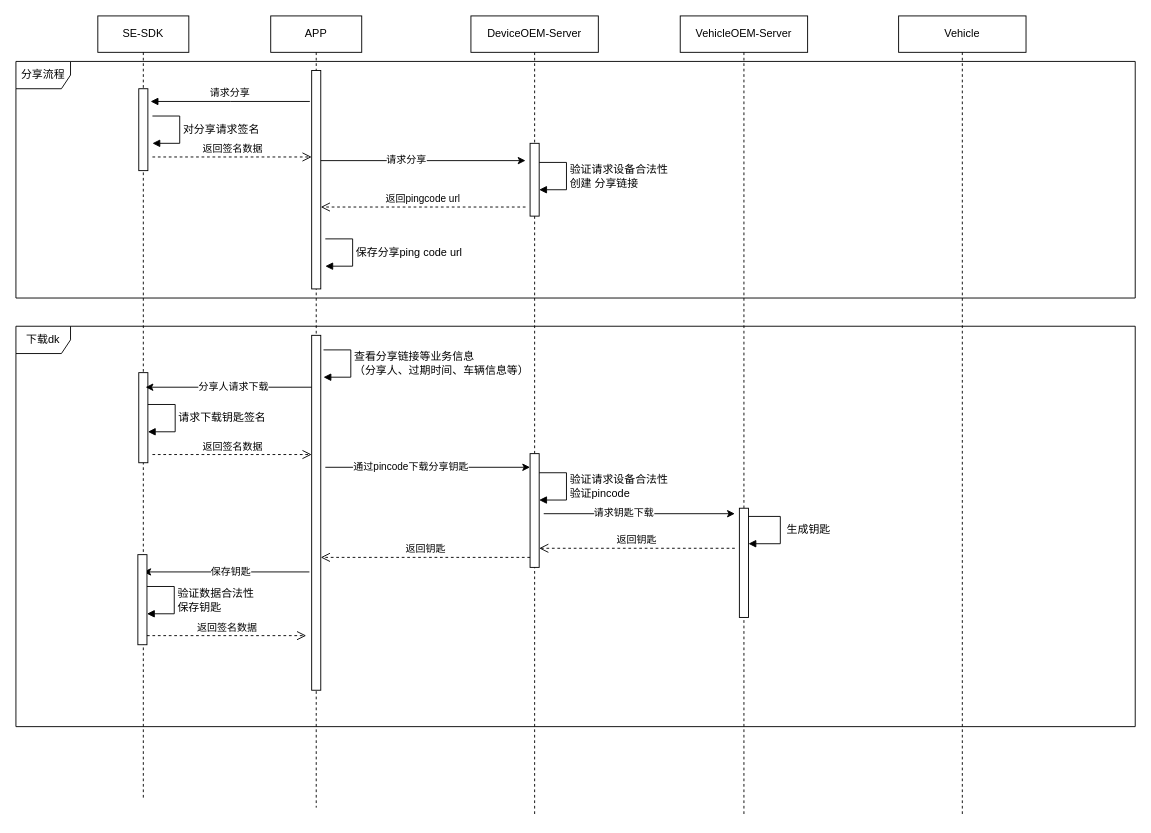
jianguocong/chart keeps this draw.io diagram as 分享钥匙.drawio. Above is the earlier version. Source tidied: cells renumbered, new cells numbered last; positions are measured from the earlier drawing's top-left corner, leaving out a move shared by most shapes. Both pictures are drawn from the tidied source at 91%, with x=0, y=0 at pixel (15, 15).
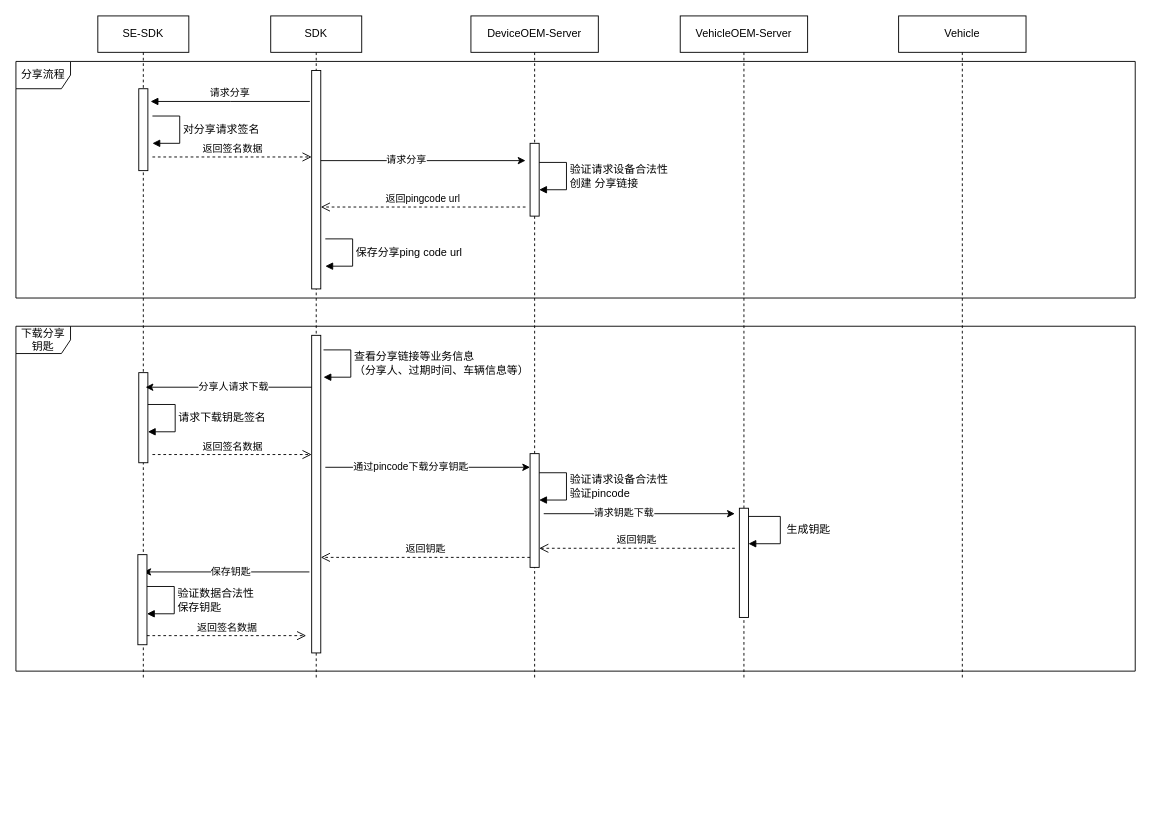
The same diagram, later.

Commit message:
更新分享钥匙.drawio

What changed in the source:
```diff
@@
     <mxCell id="2" value="SE-SDK" style="shape=umlLifeline;perimeter=lifelinePerimeter;whiteSpace=wrap;html=1;newEdgeStyle={&quot;edgeStyle&quot;:&quot;elbowEdgeStyle&quot;,&quot;elbow&quot;:&quot;vertical&quot;,&quot;curved&quot;:0,&quot;rounded&quot;:0};" parent="1" vertex="1">
-      <mxGeometry x="90" width="100" height="860" as="geometry" />
+      <mxGeometry x="90" width="100" height="730" as="geometry" />
     </mxCell>
@@
-    <mxCell id="5" value="APP" style="shape=umlLifeline;perimeter=lifelinePerimeter;whiteSpace=wrap;html=1;newEdgeStyle={&quot;edgeStyle&quot;:&quot;elbowEdgeStyle&quot;,&quot;elbow&quot;:&quot;vertical&quot;,&quot;curved&quot;:0,&quot;rounded&quot;:0};" parent="1" vertex="1">
-      <mxGeometry x="280" width="100" height="870" as="geometry" />
+    <mxCell id="5" value="SDK" style="shape=umlLifeline;perimeter=lifelinePerimeter;whiteSpace=wrap;html=1;newEdgeStyle={&quot;edgeStyle&quot;:&quot;elbowEdgeStyle&quot;,&quot;elbow&quot;:&quot;vertical&quot;,&quot;curved&quot;:0,&quot;rounded&quot;:0};" parent="1" vertex="1">
+      <mxGeometry x="280" width="100" height="730" as="geometry" />
     </mxCell>
@@
     <mxCell id="7" style="html=1;points=[];perimeter=orthogonalPerimeter;outlineConnect=0;targetShapes=umlLifeline;portConstraint=eastwest;newEdgeStyle={&quot;edgeStyle&quot;:&quot;elbowEdgeStyle&quot;,&quot;elbow&quot;:&quot;vertical&quot;,&quot;curved&quot;:0,&quot;rounded&quot;:0};" parent="5" vertex="1">
-      <mxGeometry x="45" y="351" width="10" height="390" as="geometry" />
+      <mxGeometry x="45" y="351" width="10" height="349" as="geometry" />
     </mxCell>
@@
     <mxCell id="11" value="DeviceOEM-Server" style="shape=umlLifeline;perimeter=lifelinePerimeter;whiteSpace=wrap;html=1;newEdgeStyle={&quot;edgeStyle&quot;:&quot;elbowEdgeStyle&quot;,&quot;elbow&quot;:&quot;vertical&quot;,&quot;curved&quot;:0,&quot;rounded&quot;:0};" parent="1" vertex="1">
-      <mxGeometry x="500" width="140" height="880" as="geometry" />
+      <mxGeometry x="500" width="140" height="730" as="geometry" />
     </mxCell>
@@
     <mxCell id="18" value="VehicleOEM-Server" style="shape=umlLifeline;perimeter=lifelinePerimeter;whiteSpace=wrap;html=1;newEdgeStyle={&quot;edgeStyle&quot;:&quot;elbowEdgeStyle&quot;,&quot;elbow&quot;:&quot;vertical&quot;,&quot;curved&quot;:0,&quot;rounded&quot;:0};" parent="1" vertex="1">
-      <mxGeometry x="730" width="140" height="880" as="geometry" />
+      <mxGeometry x="730" width="140" height="730" as="geometry" />
     </mxCell>
@@
     <mxCell id="21" value="Vehicle" style="shape=umlLifeline;perimeter=lifelinePerimeter;whiteSpace=wrap;html=1;newEdgeStyle={&quot;edgeStyle&quot;:&quot;elbowEdgeStyle&quot;,&quot;elbow&quot;:&quot;vertical&quot;,&quot;curved&quot;:0,&quot;rounded&quot;:0};" parent="1" vertex="1">
-      <mxGeometry x="970" width="140" height="880" as="geometry" />
+      <mxGeometry x="970" width="140" height="730" as="geometry" />
     </mxCell>
@@
-    <mxCell id="35" value="下载dk" style="shape=umlFrame;whiteSpace=wrap;html=1;sketch=0;strokeColor=default;align=center;verticalAlign=middle;fontFamily=Helvetica;fontSize=12;fontColor=default;fillColor=default;" parent="1" vertex="1">
-      <mxGeometry y="341" width="1230" height="440" as="geometry" />
+    <mxCell id="35" value="下载分享钥匙" style="shape=umlFrame;whiteSpace=wrap;html=1;sketch=0;strokeColor=default;align=center;verticalAlign=middle;fontFamily=Helvetica;fontSize=12;fontColor=default;fillColor=default;" parent="1" vertex="1">
+      <mxGeometry y="341" width="1230" height="379" as="geometry" />
     </mxCell>
```
